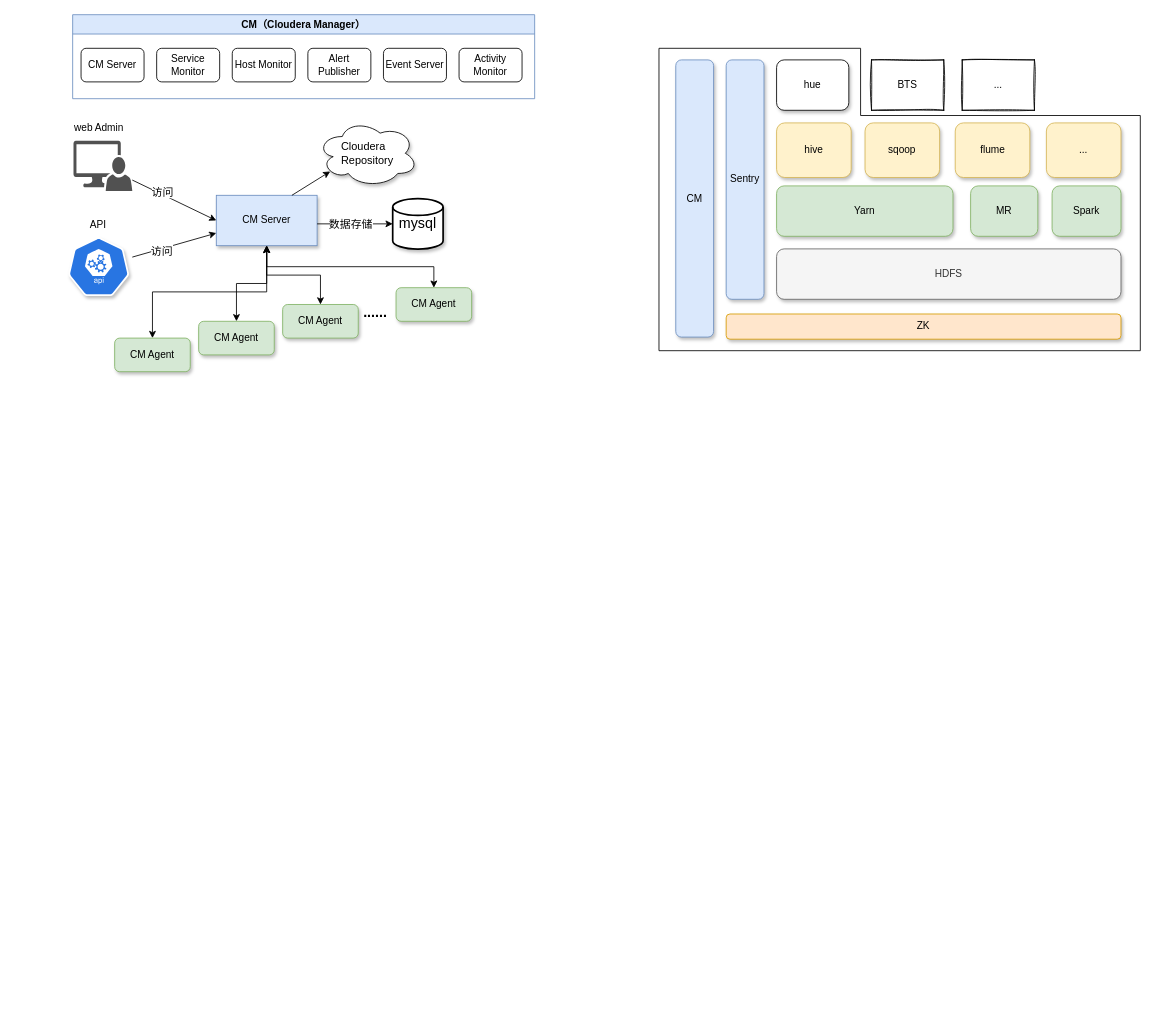
The draw.io diagram 集群架构.drawio in hhyouyou/draw, before the edit. Source tidied: cells renumbered, new cells numbered last; positions are measured from the earlier drawing's top-left corner, leaving out a move shared by most shapes. Both pictures are drawn from the tidied source at 84%, with x=0, y=0 at pixel (65, 14).
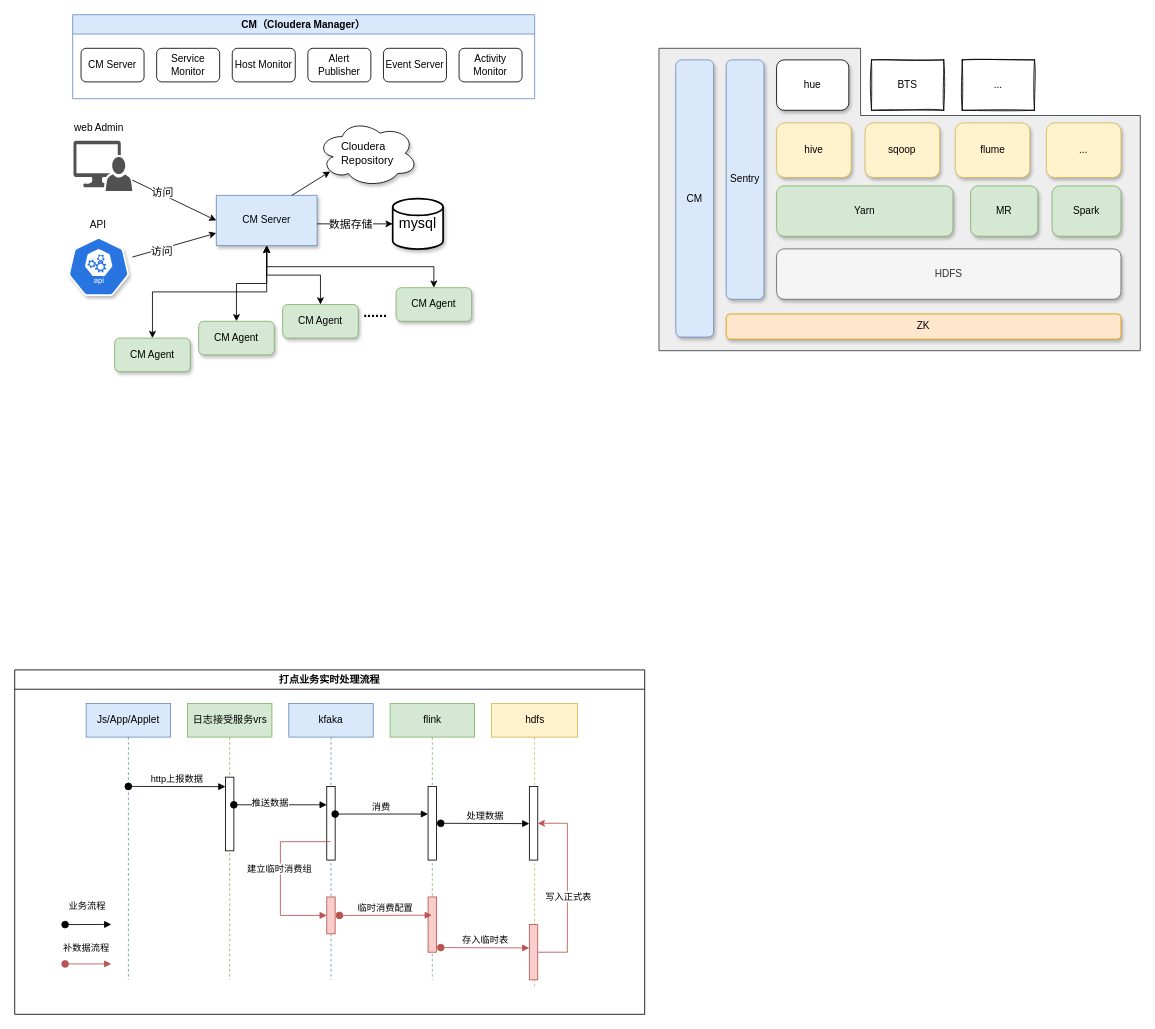
Above is the later version.

Commit message:
更新集群架构.drawio

The change refers to these unchanged cells:
```xml
<mxCell id="35" style="group;" parent="1" vertex="1">
  <mxGeometry x="707" y="40" width="573" height="360" as="geometry" />
</mxCell>
```

What changed in the source:
```diff
@@
     <mxCell id="2" style="group;" parent="1" vertex="1">
-      <mxGeometry width="559" height="425" as="geometry" />
+      <mxGeometry width="559" height="780" as="geometry" />
     </mxCell>
@@
+    <mxCell id="54" value="打点业务实时处理流程" style="swimlane;whiteSpace=wrap;html=1;" parent="1" vertex="1">
+      <mxGeometry x="-60" y="780" width="750" height="410" as="geometry" />
+    </mxCell>
+    <mxCell id="55" style="group;" parent="54" vertex="1">
+      <mxGeometry x="85.1" y="40" width="584.9" height="340" as="geometry" />
+    </mxCell>
+    <mxCell id="56" value="Js/App/Applet" style="shape=umlLifeline;perimeter=lifelinePerimeter;whiteSpace=wrap;html=1;newEdgeStyle={&quot;edgeStyle&quot;:&quot;elbowEdgeStyle&quot;,&quot;elbow&quot;:&quot;vertical&quot;,&quot;curved&quot;:0,&quot;rounded&quot;:0};fillColor=#dae8fc;strokeColor=#6c8ebf;" parent="55" vertex="1">
+      <mxGeometry width="100.5" height="329" as="geometry" />
+    </mxCell>
+    <mxCell id="57" value="日志接受服务vrs" style="shape=umlLifeline;perimeter=lifelinePerimeter;whiteSpace=wrap;html=1;newEdgeStyle={&quot;edgeStyle&quot;:&quot;elbowEdgeStyle&quot;,&quot;elbow&quot;:&quot;vertical&quot;,&quot;curved&quot;:0,&quot;rounded&quot;:0};fillColor=#d5e8d4;strokeColor=#82b366;" parent="55" vertex="1">
+      <mxGeometry x="120.6" width="100.5" height="329" as="geometry" />
+    </mxCell>
+    <mxCell id="58" style="html=1;points=[];perimeter=orthogonalPerimeter;outlineConnect=0;targetShapes=umlLifeline;portConstraint=eastwest;newEdgeStyle={&quot;edgeStyle&quot;:&quot;elbowEdgeStyle&quot;,&quot;elbow&quot;:&quot;vertical&quot;,&quot;curved&quot;:0,&quot;rounded&quot;:0};" parent="57" vertex="1">
+      <mxGeometry x="45.2" y="87.7" width="10" height="87.7" as="geometry" />
+    </mxCell>
+    <mxCell id="59" value="kfaka" style="shape=umlLifeline;perimeter=lifelinePerimeter;whiteSpace=wrap;html=1;outlineConnect=0;portConstraint=eastwest;newEdgeStyle={&quot;edgeStyle&quot;:&quot;elbowEdgeStyle&quot;,&quot;elbow&quot;:&quot;vertical&quot;,&quot;curved&quot;:0,&quot;rounded&quot;:0};fillColor=#dae8fc;strokeColor=#6c8ebf;" parent="55" vertex="1">
+      <mxGeometry x="241.2" width="100.5" height="329" as="geometry" />
+    </mxCell>
+    <mxCell id="60" style="html=1;points=[];perimeter=orthogonalPerimeter;outlineConnect=0;targetShapes=umlLifeline;portConstraint=eastwest;newEdgeStyle={&quot;edgeStyle&quot;:&quot;elbowEdgeStyle&quot;,&quot;elbow&quot;:&quot;vertical&quot;,&quot;curved&quot;:0,&quot;rounded&quot;:0};" parent="59" vertex="1">
+      <mxGeometry x="45.2" y="98.7" width="10" height="87.7" as="geometry" />
+    </mxCell>
+    <mxCell id="61" style="html=1;points=[];perimeter=orthogonalPerimeter;outlineConnect=0;targetShapes=umlLifeline;portConstraint=eastwest;newEdgeStyle={&quot;edgeStyle&quot;:&quot;elbowEdgeStyle&quot;,&quot;elbow&quot;:&quot;vertical&quot;,&quot;curved&quot;:0,&quot;rounded&quot;:0};fillColor=#f8cecc;strokeColor=#b85450;" parent="59" vertex="1">
+      <mxGeometry x="45.2" y="230.3" width="10" height="43.9" as="geometry" />
+    </mxCell>
+    <mxCell id="62" style="html=1;align=left;spacingLeft=2;endArrow=block;rounded=0;edgeStyle=orthogonalEdgeStyle;curved=0;rounded=0;fillColor=#f8cecc;strokeColor=#b85450;" parent="59" edge="1" source="59" target="61">
+      <mxGeometry relative="1" as="geometry">
+        <Array as="points">
+          <mxPoint x="-10" y="164.5" />
+          <mxPoint x="-10" y="252.3" />
+        </Array>
+      </mxGeometry>
+    </mxCell>
+    <mxCell id="63" value="建立临时消费组" style="edgeLabel;html=1;align=center;verticalAlign=middle;" parent="62" vertex="1">
+      <mxGeometry x="-0.09" y="-2" relative="1" as="geometry" />
+    </mxCell>
+    <mxCell id="64" value="flink" style="shape=umlLifeline;perimeter=lifelinePerimeter;whiteSpace=wrap;html=1;outlineConnect=0;portConstraint=eastwest;newEdgeStyle={&quot;edgeStyle&quot;:&quot;elbowEdgeStyle&quot;,&quot;elbow&quot;:&quot;vertical&quot;,&quot;curved&quot;:0,&quot;rounded&quot;:0};fillColor=#d5e8d4;strokeColor=#82b366;" parent="55" vertex="1">
+      <mxGeometry x="361.8" width="100.5" height="329" as="geometry" />
+    </mxCell>
+    <mxCell id="65" style="html=1;points=[];perimeter=orthogonalPerimeter;outlineConnect=0;targetShapes=umlLifeline;portConstraint=eastwest;newEdgeStyle={&quot;edgeStyle&quot;:&quot;elbowEdgeStyle&quot;,&quot;elbow&quot;:&quot;vertical&quot;,&quot;curved&quot;:0,&quot;rounded&quot;:0};" parent="64" vertex="1">
+      <mxGeometry x="45.2" y="98.7" width="10" height="87.7" as="geometry" />
+    </mxCell>
+    <mxCell id="66" style="html=1;perimeter=orthogonalPerimeter;targetShapes=umlLifeline;newEdgeStyle={&quot;edgeStyle&quot;:&quot;elbowEdgeStyle&quot;,&quot;elbow&quot;:&quot;vertical&quot;,&quot;curved&quot;:0,&quot;rounded&quot;:0};fillColor=#f8cecc;strokeColor=#b85450;" parent="64" vertex="1">
+      <mxGeometry x="45.2" y="230.3" width="10" height="65.8" as="geometry" />
+    </mxCell>
+    <mxCell id="67" value="hdfs" style="shape=umlLifeline;perimeter=lifelinePerimeter;whiteSpace=wrap;html=1;newEdgeStyle={&quot;edgeStyle&quot;:&quot;elbowEdgeStyle&quot;,&quot;elbow&quot;:&quot;vertical&quot;,&quot;curved&quot;:0,&quot;rounded&quot;:0};fillColor=#fff2cc;strokeColor=#d6b656;" parent="55" vertex="1">
+      <mxGeometry x="482.4" width="102.5" height="340" as="geometry" />
+    </mxCell>
+    <mxCell id="68" style="html=1;points=[];perimeter=orthogonalPerimeter;outlineConnect=0;targetShapes=umlLifeline;portConstraint=eastwest;newEdgeStyle={&quot;edgeStyle&quot;:&quot;elbowEdgeStyle&quot;,&quot;elbow&quot;:&quot;vertical&quot;,&quot;curved&quot;:0,&quot;rounded&quot;:0};" parent="67" vertex="1">
+      <mxGeometry x="45.2" y="98.7" width="10" height="87.7" as="geometry" />
+    </mxCell>
+    <mxCell id="69" style="edgeStyle=elbowEdgeStyle;rounded=0;jettySize=auto;html=1;fillColor=#f8cecc;strokeColor=#b85450;" parent="67" edge="1" source="71" target="68">
+      <mxGeometry relative="1" as="geometry">
+        <Array as="points">
+          <mxPoint x="90.4" y="224.8" />
+        </Array>
+      </mxGeometry>
+    </mxCell>
+    <mxCell id="70" value="写入正式表" style="edgeLabel;html=1;align=center;verticalAlign=middle;" parent="69" vertex="1">
+      <mxGeometry x="-0.09" y="-1" relative="1" as="geometry" />
+    </mxCell>
+    <mxCell id="71" style="html=1;points=[];perimeter=orthogonalPerimeter;outlineConnect=0;targetShapes=umlLifeline;portConstraint=eastwest;newEdgeStyle={&quot;edgeStyle&quot;:&quot;elbowEdgeStyle&quot;,&quot;elbow&quot;:&quot;vertical&quot;,&quot;curved&quot;:0,&quot;rounded&quot;:0};fillColor=#f8cecc;strokeColor=#b85450;" parent="67" vertex="1">
+      <mxGeometry x="45.2" y="263.2" width="10" height="65.8" as="geometry" />
+    </mxCell>
+    <mxCell id="72" value="http上报数据" style="html=1;verticalAlign=bottom;startArrow=oval;endArrow=block;startSize=8;edgeStyle=elbowEdgeStyle;elbow=vertical;curved=0;rounded=0;" parent="55" edge="1" target="58">
+      <mxGeometry relative="1" as="geometry">
+        <mxPoint x="50.2" y="98.7" as="sourcePoint" />
+      </mxGeometry>
+    </mxCell>
+    <mxCell id="73" style="html=1;verticalAlign=bottom;startArrow=oval;endArrow=block;startSize=8;edgeStyle=elbowEdgeStyle;elbow=vertical;curved=0;rounded=0;" parent="55" edge="1" source="58" target="60">
+      <mxGeometry relative="1" as="geometry">
+        <Array as="points">
+          <mxPoint x="190.9" y="120.6" />
+        </Array>
+      </mxGeometry>
+    </mxCell>
+    <mxCell id="74" value="推送数据" style="edgeLabel;html=1;align=center;verticalAlign=middle;" parent="73" vertex="1">
+      <mxGeometry x="-0.22" y="3" relative="1" as="geometry" />
+    </mxCell>
+    <mxCell id="75" value="消费" style="html=1;verticalAlign=bottom;startArrow=oval;endArrow=block;startSize=8;edgeStyle=elbowEdgeStyle;elbow=vertical;curved=0;rounded=0;" parent="55" edge="1" source="60" target="65">
+      <mxGeometry relative="1" as="geometry">
+        <Array as="points">
+          <mxPoint x="331.6" y="131.6" />
+          <mxPoint x="311.5" y="131.6" />
+          <mxPoint x="311.5" y="142.6" />
+          <mxPoint x="331.6" y="131.6" />
+          <mxPoint x="321.6" y="142.6" />
+          <mxPoint x="301.5" y="197.4" />
+        </Array>
+      </mxGeometry>
+    </mxCell>
+    <mxCell id="76" value="处理数据" style="html=1;verticalAlign=bottom;startArrow=oval;endArrow=block;startSize=8;edgeStyle=elbowEdgeStyle;elbow=vertical;curved=0;rounded=0;" parent="55" edge="1" target="68">
+      <mxGeometry relative="1" as="geometry">
+        <mxPoint x="422.1" y="142.6" as="sourcePoint" />
+      </mxGeometry>
+    </mxCell>
+    <mxCell id="77" value="临时消费配置" style="html=1;verticalAlign=bottom;startArrow=oval;startFill=1;endArrow=block;startSize=8;edgeStyle=elbowEdgeStyle;elbow=vertical;curved=0;rounded=0;fillColor=#f8cecc;strokeColor=#b85450;" parent="55" edge="1" target="64">
+      <mxGeometry relative="1" as="geometry">
+        <mxPoint x="301.5" y="252.3" as="sourcePoint" />
+      </mxGeometry>
+    </mxCell>
+    <mxCell id="78" value="存入临时表" style="html=1;verticalAlign=bottom;startArrow=oval;endArrow=block;startSize=8;edgeStyle=elbowEdgeStyle;elbow=vertical;curved=0;rounded=0;fillColor=#f8cecc;strokeColor=#b85450;" parent="55" edge="1" target="71">
+      <mxGeometry relative="1" as="geometry">
+        <mxPoint x="422.1" y="290.6" as="sourcePoint" />
+      </mxGeometry>
+    </mxCell>
+    <mxCell id="79" style="group;" parent="54" vertex="1">
+      <mxGeometry x="60" y="303" width="55" height="47" as="geometry" />
+    </mxCell>
+    <mxCell id="80" value="业务流程" style="html=1;verticalAlign=bottom;startArrow=oval;startFill=1;endArrow=block;startSize=8;edgeStyle=elbowEdgeStyle;elbow=vertical;curved=0;rounded=0;" parent="79" edge="1">
+      <mxGeometry x="-0.07" y="13" relative="1" as="geometry">
+        <mxPoint y="0.2" as="sourcePoint" />
+        <mxPoint x="55" as="targetPoint" />
+      </mxGeometry>
+    </mxCell>
+    <mxCell id="81" value="补数据流程" style="html=1;verticalAlign=bottom;startArrow=oval;startFill=1;endArrow=block;startSize=8;edgeStyle=elbowEdgeStyle;elbow=vertical;curved=0;rounded=0;fillColor=#f8cecc;strokeColor=#b85450;" parent="79" edge="1">
+      <mxGeometry x="-0.09" y="10" relative="1" as="geometry">
+        <mxPoint y="47" as="sourcePoint" />
+        <mxPoint x="55" y="47" as="targetPoint" />
+        <Array as="points">
+          <mxPoint x="28" y="47" />
+        </Array>
+      </mxGeometry>
+    </mxCell>
@@
-    <mxCell id="36" style="shape=corner;whiteSpace=wrap;html=1;rounded=0;shadow=0;glass=0;sketch=0;fontFamily=Helvetica;fontSize=13;dx=280;dy=240;direction=north;" parent="35" vertex="1">
+    <mxCell id="36" style="shape=corner;whiteSpace=wrap;html=1;rounded=0;shadow=0;glass=0;sketch=0;fontFamily=Helvetica;fontSize=13;dx=280;dy=240;direction=north;fillColor=#eeeeee;strokeColor=#36393d;" parent="35" vertex="1">
       <mxGeometry width="573" height="360" as="geometry" />
     </mxCell>
```
